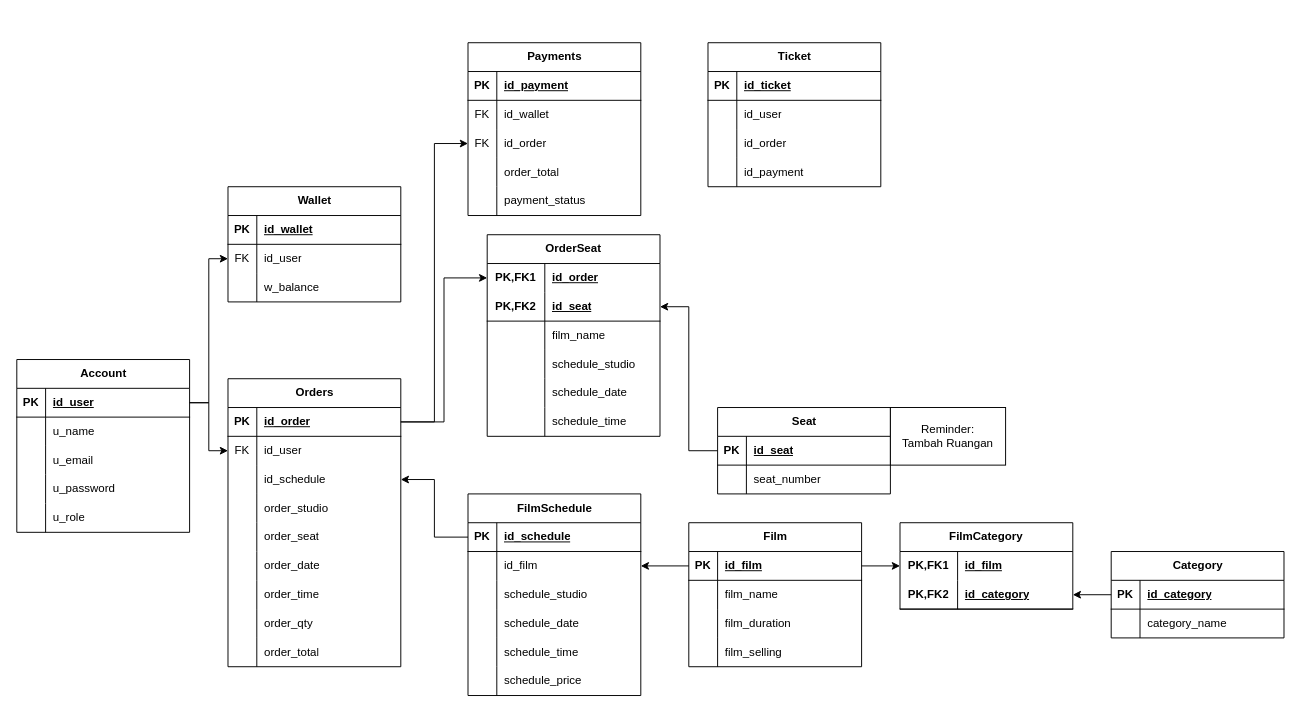
This is ERD/ERD.drawio from aprp19/MiniProject-BioskopFlask, a draw.io file, before an edit. Source tidied: cells renumbered, new cells numbered last; positions are measured from the earlier drawing's top-left corner, leaving out a move shared by most shapes. Both pictures are drawn from the tidied source at 96%, with x=0, y=0 at pixel (16, 42).
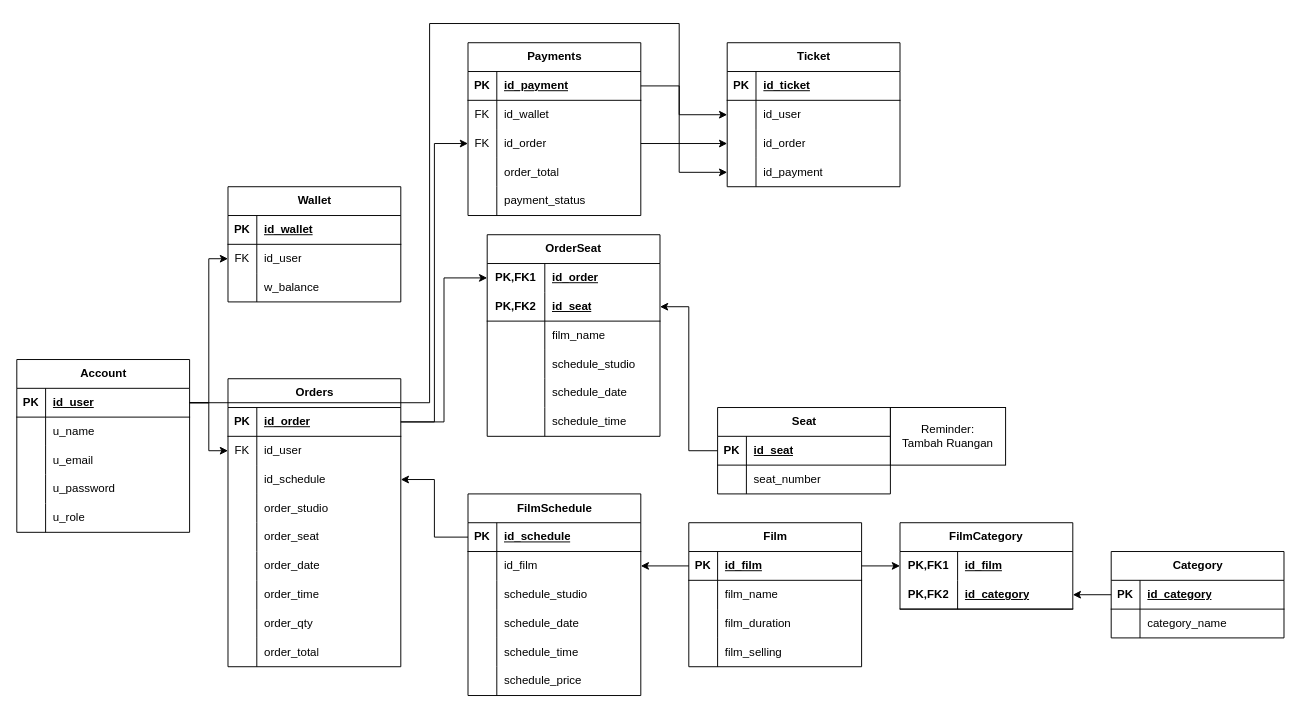
The same page after the edit.

Unchanged cells that the change refers to:
```xml
<mxCell id="3" style="shape=tableRow;horizontal=0;startSize=0;swimlaneHead=0;swimlaneBody=0;fillColor=none;points=[[0,0.5],[1,0.5]];portConstraint=eastwest;top=0;left=0;right=0;bottom=1;" parent="2" vertex="1">
  <mxGeometry y="30" width="180" height="30" as="geometry" />
</mxCell>
<mxCell id="118" style="shape=tableRow;horizontal=0;startSize=0;swimlaneHead=0;swimlaneBody=0;fillColor=none;points=[[0,0.5],[1,0.5]];portConstraint=eastwest;top=0;left=0;right=0;bottom=1;" parent="117" vertex="1">
  <mxGeometry y="30" width="180" height="30" as="geometry" />
</mxCell>
<mxCell id="124" style="shape=tableRow;horizontal=0;startSize=0;swimlaneHead=0;swimlaneBody=0;fillColor=none;points=[[0,0.5],[1,0.5]];portConstraint=eastwest;top=0;left=0;right=0;bottom=0;" parent="117" vertex="1">
  <mxGeometry y="90" width="180" height="30" as="geometry" />
</mxCell>
<mxCell id="142" style="shape=tableRow;horizontal=0;startSize=0;swimlaneHead=0;swimlaneBody=0;fillColor=none;points=[[0,0.5],[1,0.5]];portConstraint=eastwest;top=0;left=0;right=0;bottom=0;" parent="135" vertex="1">
  <mxGeometry y="90" width="180" height="30" as="geometry" />
</mxCell>
<mxCell id="145" style="shape=tableRow;horizontal=0;startSize=0;swimlaneHead=0;swimlaneBody=0;fillColor=none;points=[[0,0.5],[1,0.5]];portConstraint=eastwest;top=0;left=0;right=0;bottom=0;" parent="135" vertex="1">
  <mxGeometry y="120" width="180" height="30" as="geometry" />
</mxCell>
```

Change to the diagram source:
```diff
@@
     <mxCell id="135" value="Ticket" style="shape=table;startSize=30;childLayout=tableLayout;rowLines=0;fontStyle=1;align=center;html=1;" parent="1" vertex="1">
-      <mxGeometry x="720" width="180" height="150" as="geometry" />
+      <mxGeometry x="740" width="180" height="150" as="geometry" />
     </mxCell>
@@
+    <mxCell id="167" style="edgeStyle=orthogonalEdgeStyle;rounded=0;jettySize=auto;html=1;exitX=1;exitY=0.5;exitDx=0;exitDy=0;entryX=0;entryY=0.5;entryDx=0;entryDy=0;" parent="1" edge="1" source="124" target="142">
+      <mxGeometry relative="1" as="geometry" />
+    </mxCell>
+    <mxCell id="168" style="edgeStyle=orthogonalEdgeStyle;rounded=0;jettySize=auto;html=1;exitX=1;exitY=0.5;exitDx=0;exitDy=0;" parent="1" edge="1" source="3">
+      <mxGeometry relative="1" as="geometry">
+        <mxPoint x="740" y="75" as="targetPoint" />
+        <Array as="points">
+          <mxPoint x="430" y="375" />
+          <mxPoint x="430" y="-20" />
+          <mxPoint x="690" y="-20" />
+          <mxPoint x="690" y="75" />
+        </Array>
+      </mxGeometry>
+    </mxCell>
+    <mxCell id="169" style="edgeStyle=orthogonalEdgeStyle;rounded=0;jettySize=auto;html=1;exitX=1;exitY=0.5;exitDx=0;exitDy=0;entryX=0;entryY=0.5;entryDx=0;entryDy=0;" parent="1" edge="1" source="118" target="145">
+      <mxGeometry relative="1" as="geometry">
+        <Array as="points">
+          <mxPoint x="690" y="45" />
+          <mxPoint x="690" y="135" />
+        </Array>
+      </mxGeometry>
+    </mxCell>
```
